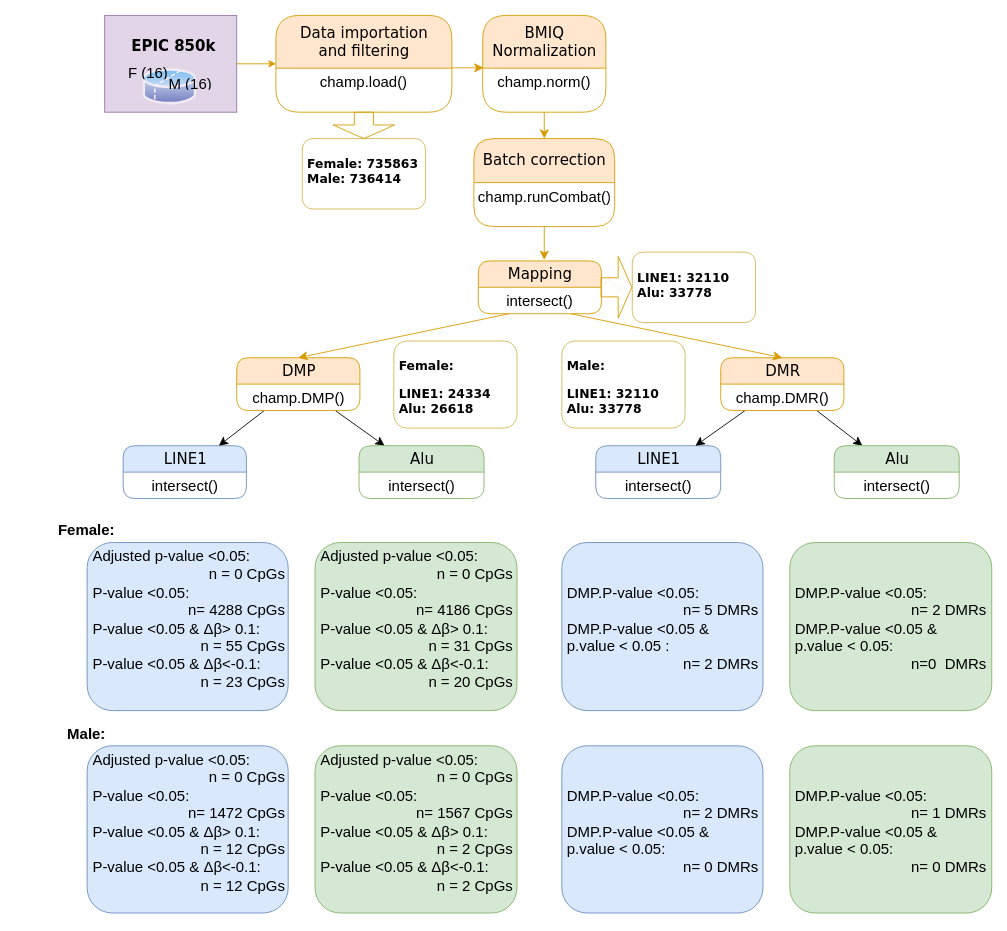
Before: LBP.drawio in mwLuan/image_storage, a draw.io diagram. Source tidied: cells renumbered, new cells numbered last; positions are measured from the earlier drawing's top-left corner, leaving out a move shared by most shapes. Both pictures are drawn from the tidied source at 88%, with x=0, y=0 at pixel (51, 15).
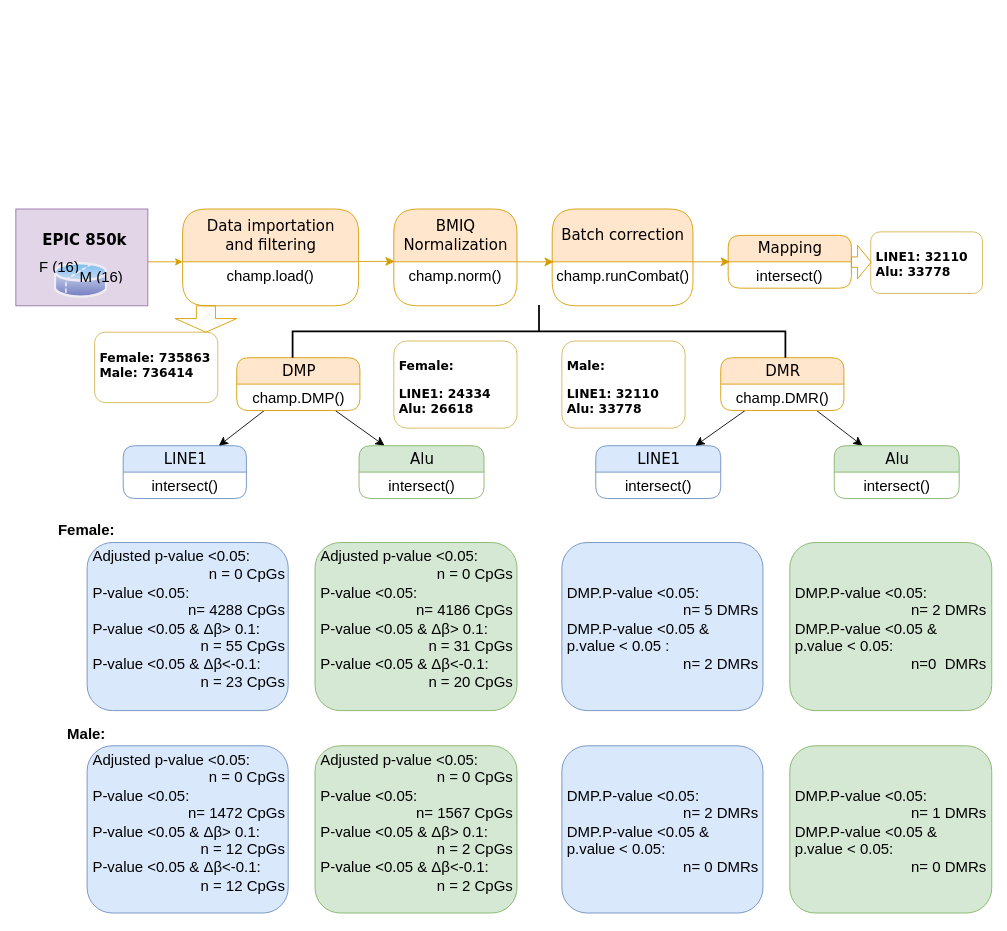
The same diagram, later.

The change refers to these unchanged cells:
```xml
<mxCell id="15" value="&lt;font style=&quot;font-size: 17px;&quot;&gt;DMP&lt;/font&gt;" style="swimlane;html=1;fontStyle=0;horizontal=1;startSize=30;fillColor=#ffe6cc;swimlaneFillColor=#ffffff;align=center;rounded=1;shadow=0;comic=0;labelBackgroundColor=none;strokeWidth=1;fontFamily=Verdana;fontSize=12;strokeColor=#d79b00;" parent="1" vertex="1">
  <mxGeometry x="210.5" y="389" width="140" height="60" as="geometry" />
</mxCell>
<mxCell id="25" value="&lt;font style=&quot;font-size: 17px;&quot;&gt;DMR&lt;/font&gt;" style="swimlane;html=1;fontStyle=0;horizontal=1;startSize=30;fillColor=#ffe6cc;swimlaneFillColor=#ffffff;align=center;rounded=1;shadow=0;comic=0;labelBackgroundColor=none;strokeWidth=1;fontFamily=Verdana;fontSize=12;strokeColor=#d79b00;" parent="1" vertex="1">
  <mxGeometry x="760.5" y="389" width="140" height="60" as="geometry" />
</mxCell>
```

The edit, as a diff of the source:
```diff
@@
-    <mxCell id="2" style="edgeStyle=orthogonalEdgeStyle;rounded=0;jettySize=auto;html=1;exitX=1;exitY=0.5;exitDx=0;exitDy=0;entryX=0;entryY=0.5;entryDx=0;entryDy=0;fillColor=#ffe6cc;strokeColor=#d79b00;" parent="1" edge="1" source="3" target="4">
-      <mxGeometry relative="1" as="geometry" />
+    <mxCell id="2" style="edgeStyle=orthogonalEdgeStyle;rounded=0;orthogonalLoop=1;jettySize=auto;html=1;exitX=1;exitY=0.5;exitDx=0;exitDy=0;entryX=0;entryY=0.5;entryDx=0;entryDy=0;fillColor=#ffe6cc;strokeColor=#d79b00;" parent="1" edge="1">
+      <mxGeometry relative="1" as="geometry">
+        <mxPoint x="109.5" y="280" as="sourcePoint" />
+        <mxPoint x="149" y="280" as="targetPoint" />
+      </mxGeometry>
     </mxCell>
     <mxCell id="3" value="&lt;b style=&quot;font-size: 17px;&quot;&gt;&amp;nbsp;EPIC 850k&lt;br&gt;&lt;br&gt;&lt;br&gt;&lt;/b&gt;" style="whiteSpace=wrap;html=1;rounded=0;shadow=0;comic=0;labelBackgroundColor=none;strokeWidth=1;fontFamily=Verdana;fontSize=12;align=center;fillColor=#e1d5e7;strokeColor=#9673a6;" parent="1" vertex="1">
-      <mxGeometry x="60.5" width="150" height="110" as="geometry" />
+      <mxGeometry x="-40.5" y="220" width="150" height="110" as="geometry" />
     </mxCell>
     <mxCell id="4" value="&lt;font style=&quot;font-size: 17px;&quot;&gt;Data importation &lt;br&gt;and filtering&lt;/font&gt;" style="swimlane;html=1;fontStyle=0;horizontal=1;startSize=60;fillColor=#ffe6cc;swimlaneFillColor=#ffffff;align=center;rounded=1;shadow=0;comic=0;labelBackgroundColor=none;strokeWidth=1;fontFamily=Verdana;fontSize=12;strokeColor=#d79b00;" parent="1" vertex="1">
-      <mxGeometry x="255" width="200" height="110" as="geometry" />
+      <mxGeometry x="149" y="220" width="200" height="110" as="geometry" />
     </mxCell>
@@
-    <mxCell id="6" style="edgeStyle=none;html=1;labelBackgroundColor=none;startFill=0;startSize=8;endFill=1;endSize=8;fontFamily=Verdana;fontSize=12;exitX=0.5;exitY=1;exitDx=0;exitDy=0;fillColor=#ffe6cc;strokeColor=#d79b00;" parent="1" edge="1" source="37">
-      <mxGeometry relative="1" as="geometry">
-        <mxPoint x="560" y="278" as="targetPoint" />
-      </mxGeometry>
-    </mxCell>
     <mxCell id="7" value="&lt;font style=&quot;font-size: 17px;&quot;&gt;BMIQ &lt;br&gt;Normalization&lt;/font&gt;" style="swimlane;html=1;fontStyle=0;horizontal=1;startSize=60;fillColor=#ffe6cc;swimlaneFillColor=#ffffff;align=center;rounded=1;shadow=0;comic=0;labelBackgroundColor=none;strokeWidth=1;fontFamily=Verdana;fontSize=12;strokeColor=#d79b00;" parent="1" vertex="1">
-      <mxGeometry x="490" width="140" height="110" as="geometry" />
+      <mxGeometry x="389" y="220" width="140" height="110" as="geometry" />
     </mxCell>
@@
     <mxCell id="9" value="&lt;font style=&quot;font-size: 17px;&quot;&gt;Mapping&lt;/font&gt;" style="swimlane;html=1;fontStyle=0;horizontal=1;startSize=30;fillColor=#ffe6cc;swimlaneFillColor=#ffffff;align=center;rounded=1;shadow=0;comic=0;labelBackgroundColor=none;strokeWidth=1;fontFamily=Verdana;fontSize=12;strokeColor=#d79b00;" parent="1" vertex="1">
-      <mxGeometry x="485" y="279" width="140" height="60" as="geometry" />
+      <mxGeometry x="769" y="250" width="140" height="60" as="geometry" />
     </mxCell>
@@
-    <mxCell id="19" style="edgeStyle=none;html=1;labelBackgroundColor=none;startFill=0;startSize=8;endFill=1;endSize=8;fontFamily=Verdana;fontSize=12;exitX=0.25;exitY=1;exitDx=0;exitDy=0;entryX=0.5;entryY=0;entryDx=0;entryDy=0;fillColor=#ffe6cc;strokeColor=#d79b00;" parent="1" edge="1" source="9" target="15">
-      <mxGeometry relative="1" as="geometry" />
-    </mxCell>
@@
-    <mxCell id="29" style="edgeStyle=none;html=1;labelBackgroundColor=none;startFill=0;startSize=8;endFill=1;endSize=8;fontFamily=Verdana;fontSize=12;entryX=0.5;entryY=0;entryDx=0;entryDy=0;exitX=0.75;exitY=1;exitDx=0;exitDy=0;fillColor=#ffe6cc;strokeColor=#d79b00;" parent="1" edge="1" source="9" target="25">
-      <mxGeometry relative="1" as="geometry" />
-    </mxCell>
@@
     <mxCell id="34" value="&lt;h3&gt;&lt;font face=&quot;Verdana&quot;&gt;&lt;span style=&quot;background-color: initial;&quot;&gt;Female: 735863&lt;br&gt;&lt;/span&gt;&lt;/font&gt;&lt;font face=&quot;Verdana&quot;&gt;&lt;span style=&quot;background-color: initial;&quot;&gt;Male: 736414&lt;/span&gt;&lt;/font&gt;&lt;/h3&gt;" style="text;html=1;spacingLeft=4;spacingRight=4;whiteSpace=wrap;overflow=hidden;align=left;rounded=1;fillColor=default;strokeColor=#d6b656;fillStyle=cross-hatch;" parent="1" vertex="1">
-      <mxGeometry x="285" y="140" width="140" height="80" as="geometry" />
+      <mxGeometry x="49" y="360" width="140" height="80" as="geometry" />
     </mxCell>
     <mxCell id="35" style="html=1;shadow=0;dashed=0;align=center;verticalAlign=middle;shape=mxgraph.arrows2.arrow;dy=0.69;dx=15.5;direction=south;notch=0;fillColor=#ffe6cc;strokeColor=#d79b00;fillStyle=cross-hatch;" parent="1" vertex="1">
-      <mxGeometry x="320" y="110" width="70" height="30" as="geometry" />
+      <mxGeometry x="140.5" y="330" width="70" height="30" as="geometry" />
     </mxCell>
     <mxCell id="36" value="&lt;h3&gt;&lt;font face=&quot;Verdana&quot;&gt;&lt;span style=&quot;background-color: initial;&quot;&gt;LINE1: 32110&lt;br&gt;&lt;/span&gt;&lt;/font&gt;&lt;font face=&quot;Verdana&quot;&gt;&lt;span style=&quot;background-color: initial;&quot;&gt;Alu: 33778&lt;/span&gt;&lt;/font&gt;&lt;/h3&gt;" style="text;html=1;spacingLeft=4;spacingRight=4;whiteSpace=wrap;overflow=hidden;align=left;rounded=1;fillColor=default;strokeColor=#d6b656;fillStyle=cross-hatch;" parent="1" vertex="1">
-      <mxGeometry x="660" y="269" width="140" height="80" as="geometry" />
+      <mxGeometry x="931" y="246" width="127" height="70" as="geometry" />
     </mxCell>
-    <mxCell id="37" value="&lt;font style=&quot;font-size: 17px;&quot;&gt;Batch correction&lt;/font&gt;" style="swimlane;html=1;fontStyle=0;horizontal=1;startSize=50;fillColor=#ffe6cc;swimlaneFillColor=#ffffff;align=center;rounded=1;shadow=0;comic=0;labelBackgroundColor=none;strokeWidth=1;fontFamily=Verdana;fontSize=12;strokeColor=#d79b00;" parent="1" vertex="1">
-      <mxGeometry x="480" y="140" width="160" height="100" as="geometry" />
+    <mxCell id="37" value="&lt;font style=&quot;font-size: 17px;&quot;&gt;Batch correction&lt;/font&gt;" style="swimlane;html=1;fontStyle=0;horizontal=1;startSize=60;fillColor=#ffe6cc;swimlaneFillColor=#ffffff;align=center;rounded=1;shadow=0;comic=0;labelBackgroundColor=none;strokeWidth=1;fontFamily=Verdana;fontSize=12;strokeColor=#d79b00;" parent="1" vertex="1">
+      <mxGeometry x="569" y="220" width="160" height="110" as="geometry" />
     </mxCell>
     <mxCell id="38" value="&lt;font style=&quot;font-size: 17px;&quot;&gt;champ.runCombat()&lt;/font&gt;" style="text;html=1;spacingLeft=4;spacingRight=4;whiteSpace=wrap;overflow=hidden;points=[[0,0.5],[1,0.5]];portConstraint=eastwest;align=center;rounded=1;" parent="37" vertex="1">
-      <mxGeometry y="50" width="160" height="30" as="geometry" />
+      <mxGeometry y="60" width="160" height="30" as="geometry" />
     </mxCell>
-    <mxCell id="39" style="edgeStyle=none;html=1;labelBackgroundColor=none;startFill=0;startSize=8;endFill=1;endSize=8;fontFamily=Verdana;fontSize=12;entryX=0.5;entryY=0;entryDx=0;entryDy=0;fillColor=#ffe6cc;strokeColor=#d79b00;" parent="1" edge="1" target="37">
+    <mxCell id="39" style="edgeStyle=none;html=1;labelBackgroundColor=none;startFill=0;startSize=8;endFill=1;endSize=8;fontFamily=Verdana;fontSize=12;entryX=0.011;entryY=0.003;entryDx=0;entryDy=0;fillColor=#ffe6cc;strokeColor=#d79b00;entryPerimeter=0;" parent="1" edge="1" target="38">
       <mxGeometry relative="1" as="geometry">
-        <mxPoint x="560" y="110" as="sourcePoint" />
+        <mxPoint x="529" y="280" as="sourcePoint" />
       </mxGeometry>
     </mxCell>
     <mxCell id="40" style="html=1;shadow=0;dashed=0;align=center;verticalAlign=middle;shape=mxgraph.arrows2.arrow;dy=0.69;dx=15.5;direction=south;notch=0;fillColor=#ffe6cc;strokeColor=#d79b00;fillStyle=cross-hatch;rotation=-90;" parent="1" vertex="1">
-      <mxGeometry x="607" y="291.5" width="70" height="35" as="geometry" />
+      <mxGeometry x="901.2" y="269.1" width="38.1" height="22.5" as="geometry" />
     </mxCell>
@@
     <mxCell id="49" style="group;" parent="1" vertex="1">
-      <mxGeometry x="90" y="50" width="100" height="53.7" as="geometry" />
+      <mxGeometry x="-11" y="270" width="100" height="53.7" as="geometry" />
     </mxCell>
@@
+    <mxCell id="53" style="edgeStyle=none;html=1;labelBackgroundColor=none;startFill=0;startSize=8;endFill=1;endSize=8;fontFamily=Verdana;fontSize=12;entryX=0.011;entryY=0.003;entryDx=0;entryDy=0;fillColor=#ffe6cc;strokeColor=#d79b00;entryPerimeter=0;" parent="1" edge="1">
+      <mxGeometry relative="1" as="geometry">
+        <mxPoint x="729" y="280" as="sourcePoint" />
+        <mxPoint x="771" y="280" as="targetPoint" />
+      </mxGeometry>
+    </mxCell>
+    <mxCell id="54" style="strokeWidth=2;html=1;shape=mxgraph.flowchart.annotation_2;align=left;labelPosition=right;rotation=90;" parent="1" vertex="1">
+      <mxGeometry x="524" y="79" width="60" height="560" as="geometry" />
+    </mxCell>
```
